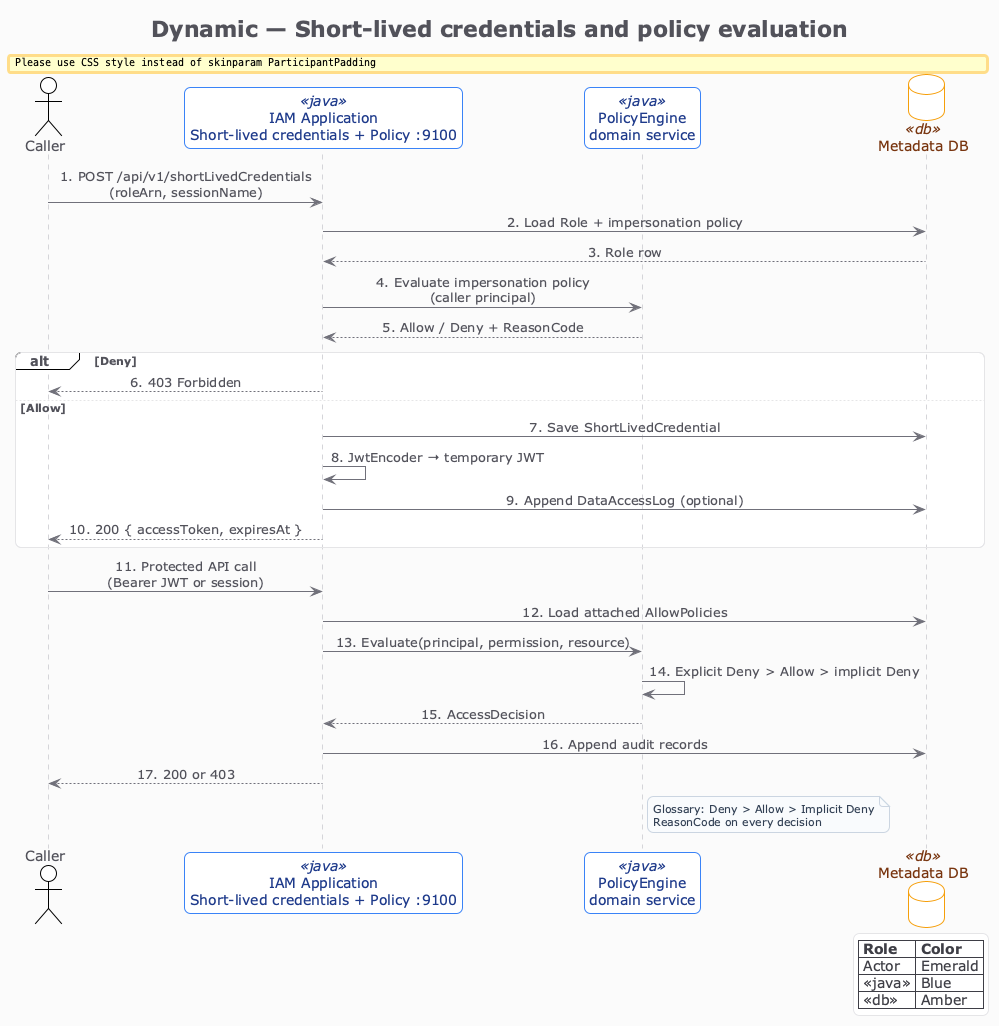
This is docs/developer/c4-model/png/C4-Dynamic-PolicyEvaluation.png from felixzhu97/explore-iam, a PlantUML export, as it was before one commit.
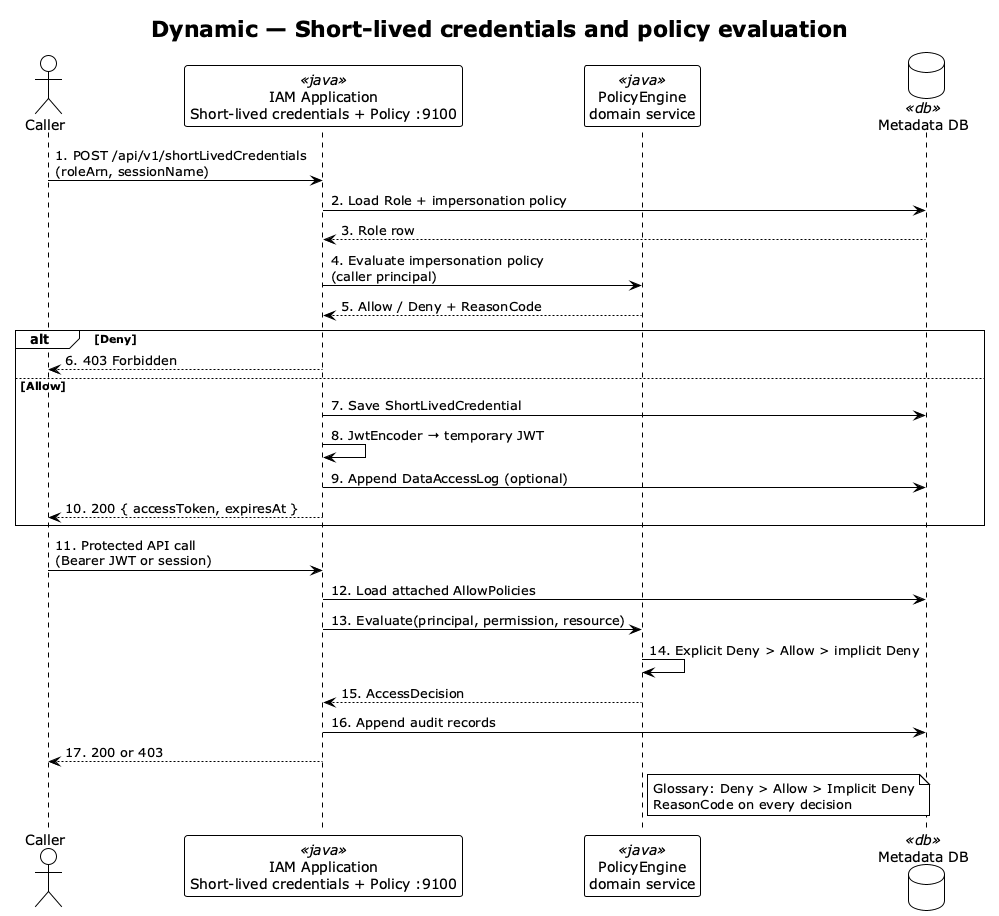
Later version of the same file.

Commit message:
Unify dynamic C4 diagrams to black and white

Diff of the diagram source:
```diff
@@ -1,5 +1,8 @@
 @startuml C4-Dynamic-PolicyEvaluation
-!include style-zinc.puml
+!theme plain
+skinparam backgroundColor #FFFFFF
+skinparam shadowing false
+
 title Dynamic — Short-lived credentials and policy evaluation
 
 actor "Caller" as caller
@@ -29,13 +32,6 @@
 api -> db: 16. Append audit records
 api --> caller: 17. 200 or 403
 
-legend right
-  |= Role |= Color |
-  | Actor | Emerald |
-  | <<java>> | Blue |
-  | <<db>> | Amber |
-endlegend
-
 note right of engine
   Glossary: Deny > Allow > Implicit Deny
   ReasonCode on every decision
```
